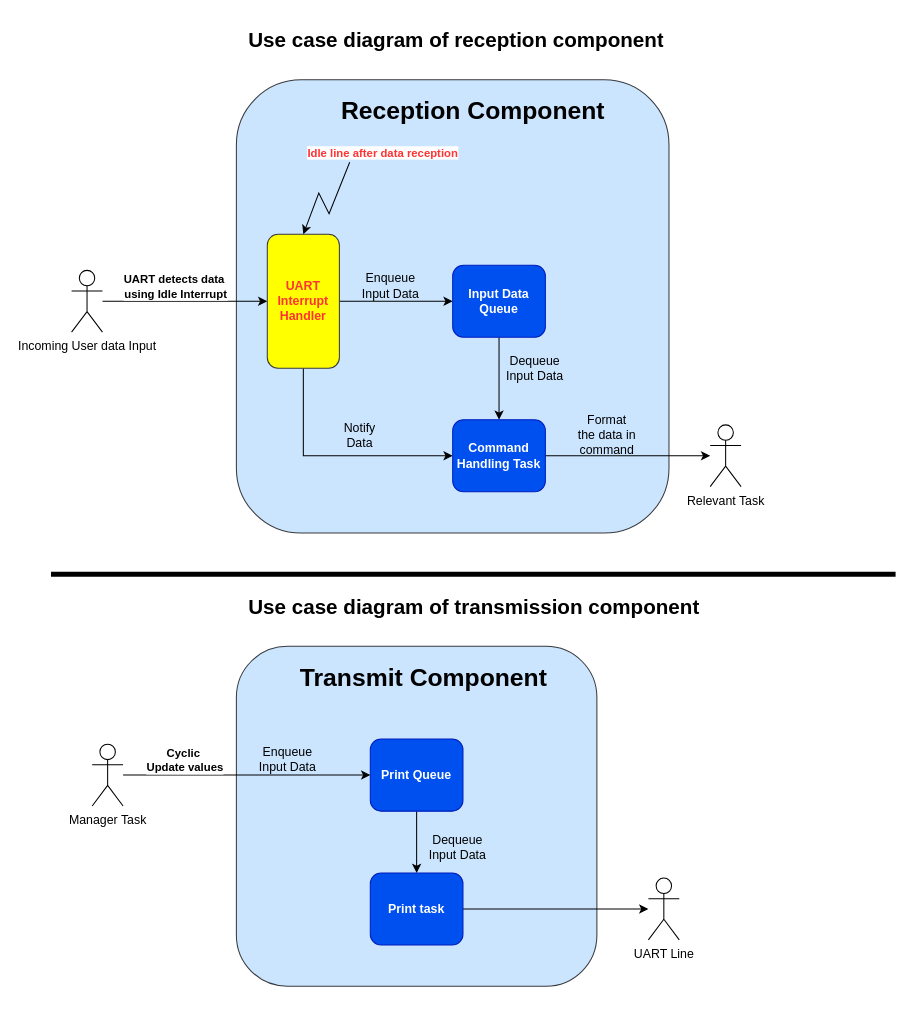
HuynhKhuong/RTOSStudy keeps this draw.io diagram as resource/Exercise6_AD_Static.drawio. Above is the earlier version. Source tidied: cells renumbered, new cells numbered last; positions are measured from the earlier drawing's top-left corner, leaving out a move shared by most shapes. Both pictures are drawn from the tidied source at 103%, with x=0, y=0 at pixel (50, 18).
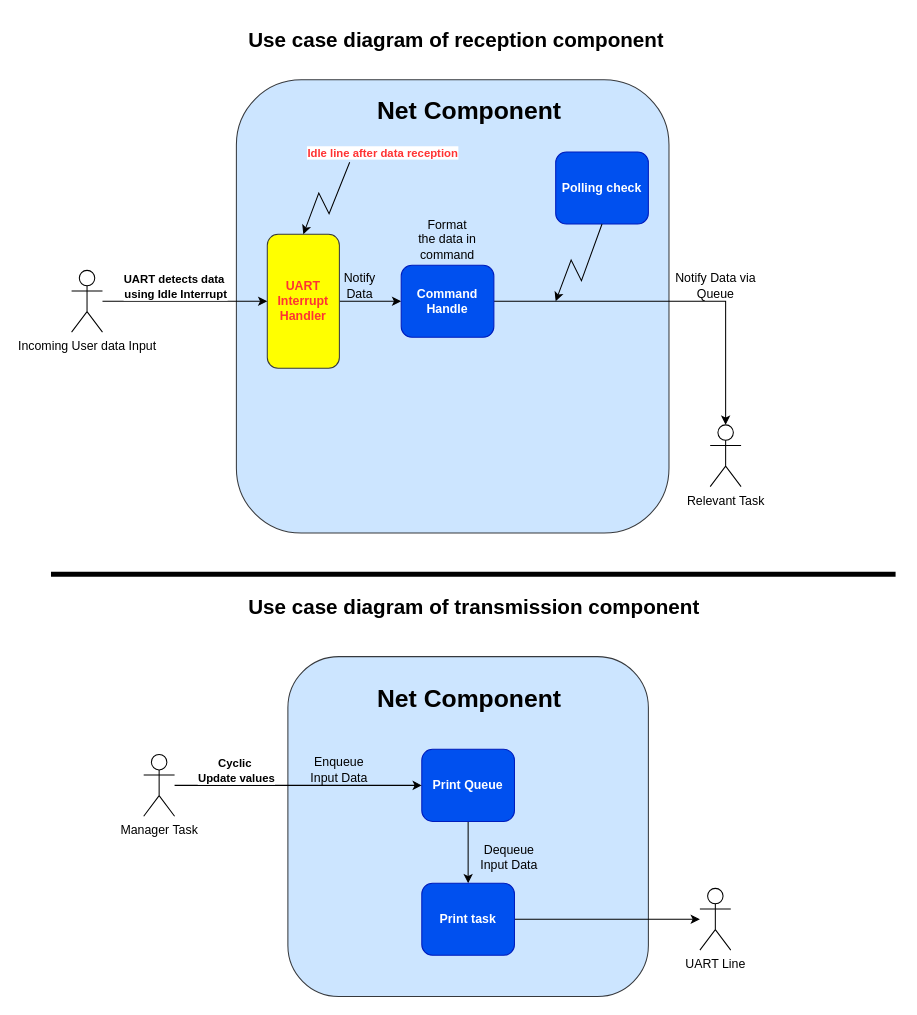
The same page after the edit.

Commit message:
Reception & Transmission shall be done by 1 component

The change refers to these unchanged cells:
```xml
<mxCell id="5" value="&lt;b&gt;&lt;font style=&quot;color: rgb(255, 51, 51);&quot;&gt;UART Interrupt Handler&lt;/font&gt;&lt;/b&gt;" style="rounded=1;whiteSpace=wrap;html=1;fillColor=#FFFF00;strokeColor=#36393d;" parent="1" vertex="1">
  <mxGeometry x="210" y="210" width="70" height="130" as="geometry" />
</mxCell>
```

Change to the diagram source:
```diff
@@
-    <mxCell id="3" style="edgeStyle=orthogonalEdgeStyle;rounded=0;jettySize=auto;html=1;" parent="1" edge="1" source="5" target="7">
-      <mxGeometry relative="1" as="geometry" />
-    </mxCell>
-    <mxCell id="4" style="edgeStyle=orthogonalEdgeStyle;rounded=0;jettySize=auto;html=1;entryX=0;entryY=0.5;entryDx=0;entryDy=0;exitX=0.5;exitY=1;exitDx=0;exitDy=0;" parent="1" edge="1" source="5" target="9">
-      <mxGeometry relative="1" as="geometry">
-        <Array as="points">
-          <mxPoint x="245" y="425" />
-        </Array>
-      </mxGeometry>
+    <mxCell id="4" style="edgeStyle=orthogonalEdgeStyle;rounded=0;jettySize=auto;html=1;" parent="1" edge="1" source="5" target="9">
+      <mxGeometry relative="1" as="geometry" />
     </mxCell>
@@
-    <mxCell id="6" style="edgeStyle=orthogonalEdgeStyle;rounded=0;jettySize=auto;html=1;" parent="1" edge="1" source="7" target="9">
-      <mxGeometry relative="1" as="geometry" />
-    </mxCell>
-    <mxCell id="7" value="&lt;b&gt;Input Data Queue&lt;/b&gt;" style="rounded=1;whiteSpace=wrap;html=1;fillColor=#0050ef;strokeColor=#001DBC;fontColor=#ffffff;" parent="1" vertex="1">
-      <mxGeometry x="390" y="240" width="90" height="70" as="geometry" />
-    </mxCell>
@@
-    <mxCell id="9" value="&lt;b&gt;Command Handling Task&lt;/b&gt;" style="rounded=1;whiteSpace=wrap;html=1;fillColor=#0050ef;strokeColor=#001DBC;fontColor=#ffffff;" parent="1" vertex="1">
-      <mxGeometry x="390" y="390" width="90" height="70" as="geometry" />
+    <mxCell id="9" value="&lt;b&gt;Command Handle&lt;/b&gt;" style="rounded=1;whiteSpace=wrap;html=1;fillColor=#0050ef;strokeColor=#001DBC;fontColor=#ffffff;" parent="1" vertex="1">
+      <mxGeometry x="340" y="240" width="90" height="70" as="geometry" />
     </mxCell>
@@
-    <mxCell id="15" value="Enqueue Input Data" style="text;html=1;align=center;verticalAlign=middle;whiteSpace=wrap;rounded=0;" parent="1" vertex="1">
-      <mxGeometry x="300" y="245" width="60" height="30" as="geometry" />
-    </mxCell>
     <mxCell id="16" value="Notify Data" style="text;html=1;align=center;verticalAlign=middle;whiteSpace=wrap;rounded=0;" parent="1" vertex="1">
-      <mxGeometry x="270" y="390" width="60" height="30" as="geometry" />
+      <mxGeometry x="270" y="245" width="60" height="30" as="geometry" />
     </mxCell>
@@
     <mxCell id="18" value="Format the data in command" style="text;html=1;align=center;verticalAlign=middle;whiteSpace=wrap;rounded=0;" parent="1" vertex="1">
-      <mxGeometry x="510" y="390" width="60" height="30" as="geometry" />
+      <mxGeometry x="355" y="200" width="60" height="30" as="geometry" />
     </mxCell>
-    <mxCell id="19" value="Dequeue Input Data" style="text;html=1;align=center;verticalAlign=middle;whiteSpace=wrap;rounded=0;" parent="1" vertex="1">
-      <mxGeometry x="440" y="325" width="60" height="30" as="geometry" />
-    </mxCell>
-    <mxCell id="20" value="&lt;h1 style=&quot;margin-top: 0px;&quot;&gt;Reception Component&lt;/h1&gt;" style="text;html=1;whiteSpace=wrap;overflow=hidden;rounded=0;" parent="1" vertex="1">
-      <mxGeometry x="280" y="70" width="270" height="40" as="geometry" />
+    <mxCell id="20" value="&lt;h1 style=&quot;margin-top: 0px;&quot;&gt;Net Component&lt;/h1&gt;" style="text;html=1;whiteSpace=wrap;overflow=hidden;rounded=0;" parent="1" vertex="1">
+      <mxGeometry x="315" y="70" width="190" height="40" as="geometry" />
     </mxCell>
@@
     <mxCell id="22" style="rounded=1;whiteSpace=wrap;html=1;fillColor=#cce5ff;strokeColor=#36393d;" parent="1" vertex="1">
-      <mxGeometry x="180" y="610" width="350" height="330" as="geometry" />
+      <mxGeometry x="230" y="620" width="350" height="330" as="geometry" />
     </mxCell>
@@
     <mxCell id="24" value="&lt;b&gt;Print Queue&lt;/b&gt;" style="rounded=1;whiteSpace=wrap;html=1;fillColor=#0050ef;strokeColor=#001DBC;fontColor=#ffffff;" parent="1" vertex="1">
-      <mxGeometry x="310" y="700" width="90" height="70" as="geometry" />
+      <mxGeometry x="360" y="710" width="90" height="70" as="geometry" />
     </mxCell>
@@
     <mxCell id="26" value="&lt;b&gt;Print task&lt;/b&gt;" style="rounded=1;whiteSpace=wrap;html=1;fillColor=#0050ef;strokeColor=#001DBC;fontColor=#ffffff;" parent="1" vertex="1">
-      <mxGeometry x="310" y="830" width="90" height="70" as="geometry" />
+      <mxGeometry x="360" y="840" width="90" height="70" as="geometry" />
     </mxCell>
@@
     <mxCell id="29" value="Manager Task" style="shape=umlActor;verticalLabelPosition=bottom;verticalAlign=top;html=1;outlineConnect=0;" parent="1" vertex="1">
-      <mxGeometry x="40" y="705" width="30" height="60" as="geometry" />
+      <mxGeometry x="90" y="715" width="30" height="60" as="geometry" />
     </mxCell>
     <mxCell id="30" value="Enqueue Input Data" style="text;html=1;align=center;verticalAlign=middle;whiteSpace=wrap;rounded=0;" parent="1" vertex="1">
-      <mxGeometry x="200" y="705" width="60" height="30" as="geometry" />
+      <mxGeometry x="250" y="715" width="60" height="30" as="geometry" />
     </mxCell>
     <mxCell id="31" value="UART Line" style="shape=umlActor;verticalLabelPosition=bottom;verticalAlign=top;html=1;outlineConnect=0;" parent="1" vertex="1">
-      <mxGeometry x="580" y="835" width="30" height="60" as="geometry" />
+      <mxGeometry x="630" y="845" width="30" height="60" as="geometry" />
     </mxCell>
     <mxCell id="32" value="Dequeue Input Data" style="text;html=1;align=center;verticalAlign=middle;whiteSpace=wrap;rounded=0;" parent="1" vertex="1">
-      <mxGeometry x="365" y="790" width="60" height="30" as="geometry" />
+      <mxGeometry x="415" y="800" width="60" height="30" as="geometry" />
     </mxCell>
-    <mxCell id="33" value="&lt;h1 style=&quot;margin-top: 0px;&quot;&gt;Transmit Component&lt;/h1&gt;" style="text;html=1;whiteSpace=wrap;overflow=hidden;rounded=0;" parent="1" vertex="1">
-      <mxGeometry x="240" y="620" width="270" height="40" as="geometry" />
+    <mxCell id="33" value="&lt;h1 style=&quot;margin-top: 0px;&quot;&gt;Net Component&lt;/h1&gt;" style="text;html=1;whiteSpace=wrap;overflow=hidden;rounded=0;" parent="1" vertex="1">
+      <mxGeometry x="315" y="640" width="190" height="40" as="geometry" />
     </mxCell>
@@
+    <mxCell id="36" value="&lt;b&gt;Polling check&lt;/b&gt;" style="rounded=1;whiteSpace=wrap;html=1;fillColor=#0050ef;strokeColor=#001DBC;fontColor=#ffffff;" parent="1" vertex="1">
+      <mxGeometry x="490" y="130" width="90" height="70" as="geometry" />
+    </mxCell>
+    <mxCell id="37" style="curved=0;endArrow=classic;html=1;rounded=0;entryX=0.5;entryY=0;entryDx=0;entryDy=0;exitX=0.5;exitY=1;exitDx=0;exitDy=0;" parent="1" edge="1" source="36">
+      <mxGeometry relative="1" as="geometry">
+        <mxPoint x="490" y="275" as="targetPoint" />
+        <Array as="points">
+          <mxPoint x="515" y="255" />
+          <mxPoint x="505" y="235" />
+        </Array>
+      </mxGeometry>
+    </mxCell>
+    <mxCell id="38" value="Notify Data via Queue" style="text;html=1;align=center;verticalAlign=middle;whiteSpace=wrap;rounded=0;" parent="1" vertex="1">
+      <mxGeometry x="587.5" y="245" width="115" height="30" as="geometry" />
+    </mxCell>
```
